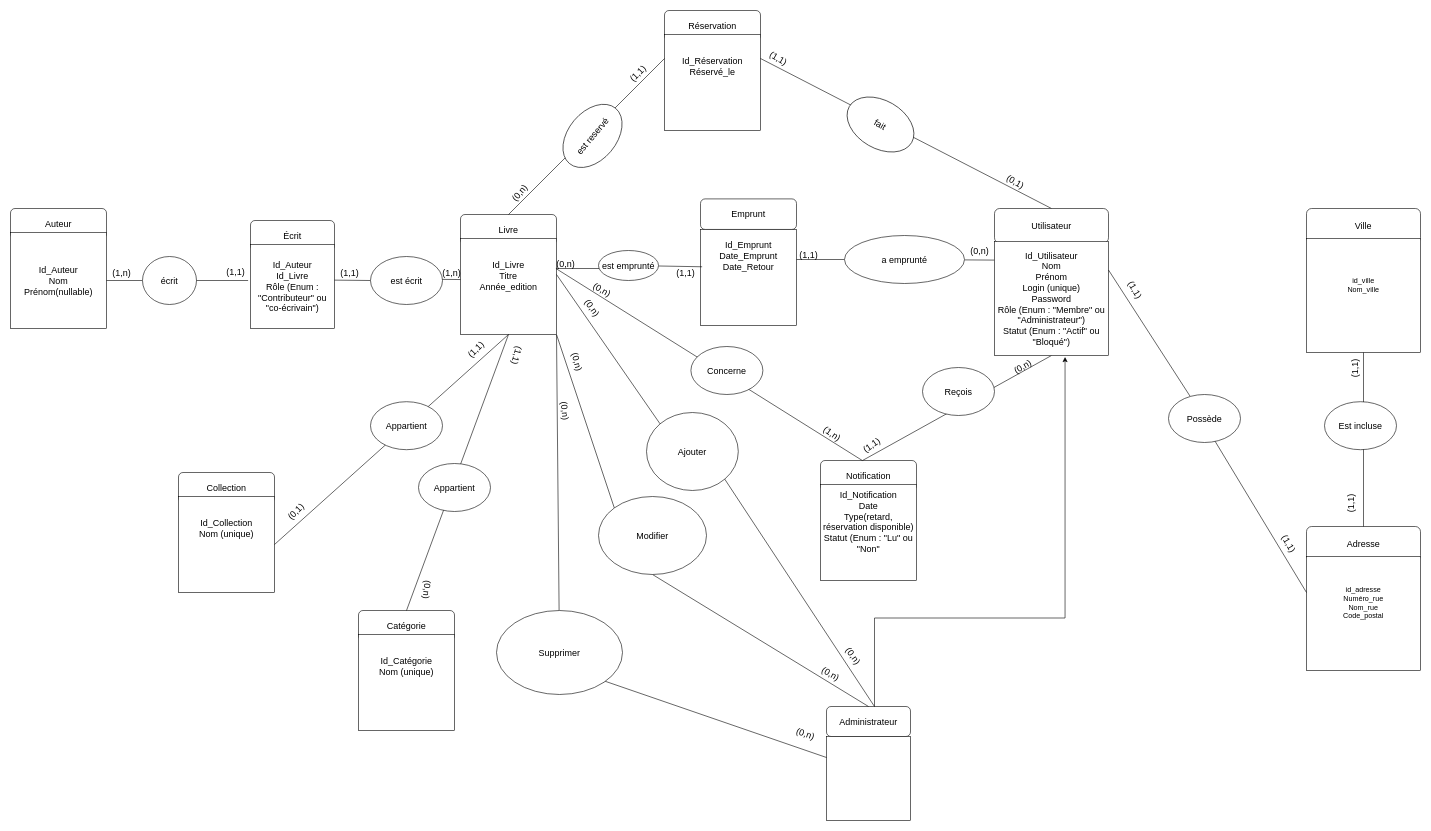
JocelyneMuller/Projet-Biblioth-que keeps this draw.io diagram as page "MCD" (3 of 3) of diagramme/Diagramme UML Bibliothèque.drawio. Above is the earlier version. Source tidied: cells renumbered, new cells numbered last; positions are measured from the earlier drawing's top-left corner, leaving out a move shared by most shapes. Both pictures are drawn from the tidied source at 60%, with x=0, y=0 at pixel (10, 10).
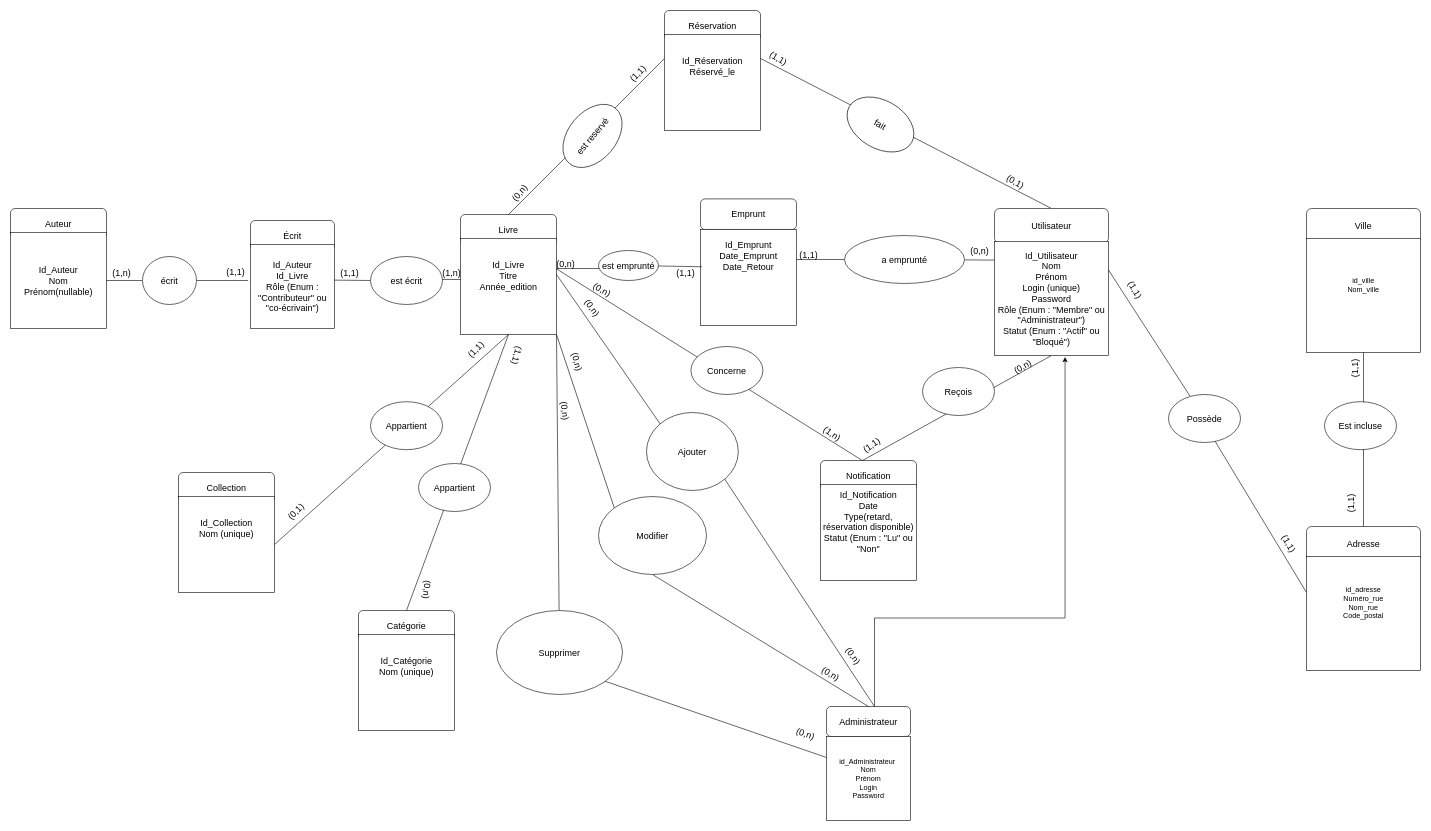
After the change.

Commit message:
Mettre à jour Diagramme UML Bibliothèque.drawio

Diff of the diagram source:
```diff
@@
-    <mxCell id="74" style="whiteSpace=wrap;html=1;" parent="1" vertex="1">
+    <mxCell id="74" value="id_Administrateur&amp;nbsp;&lt;div&gt;Nom&lt;/div&gt;&lt;div&gt;Prénom&lt;/div&gt;&lt;div&gt;Login&lt;/div&gt;&lt;div&gt;Password&lt;/div&gt;" style="whiteSpace=wrap;html=1;" parent="1" vertex="1">
       <mxGeometry x="1360" y="1210" width="140" height="140" as="geometry" />
     </mxCell>
```
